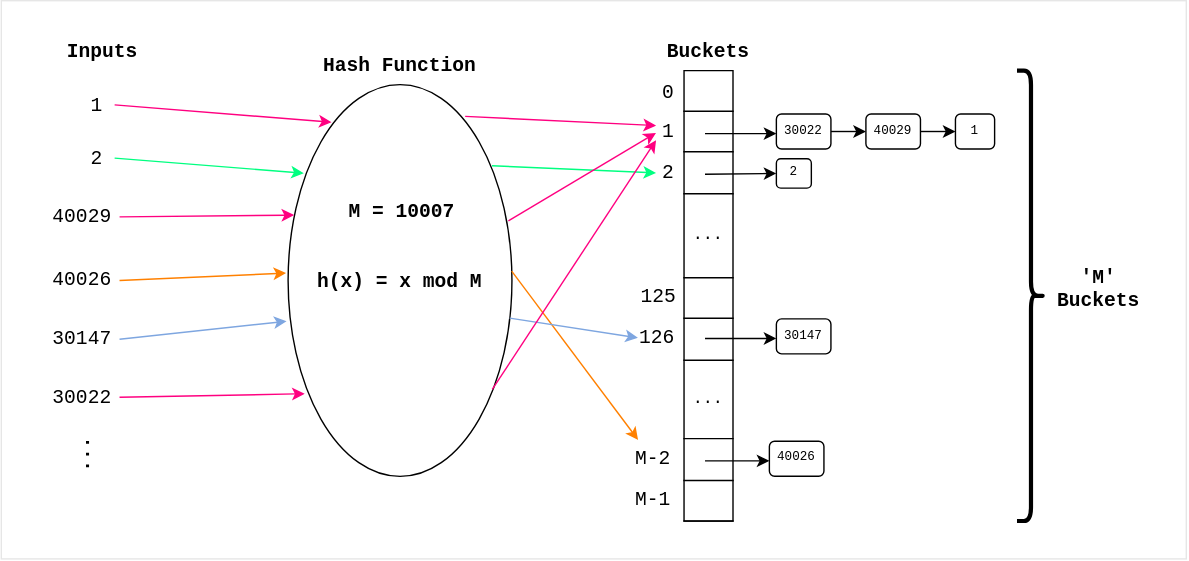
The draw.io diagram public/diagrams/hashing-buckets.svg in datkumar/code-journal, before a commit. Source tidied: cells renumbered, new cells last; positions are measured from the earlier drawing's top-left corner, leaving out a move shared by most shapes.
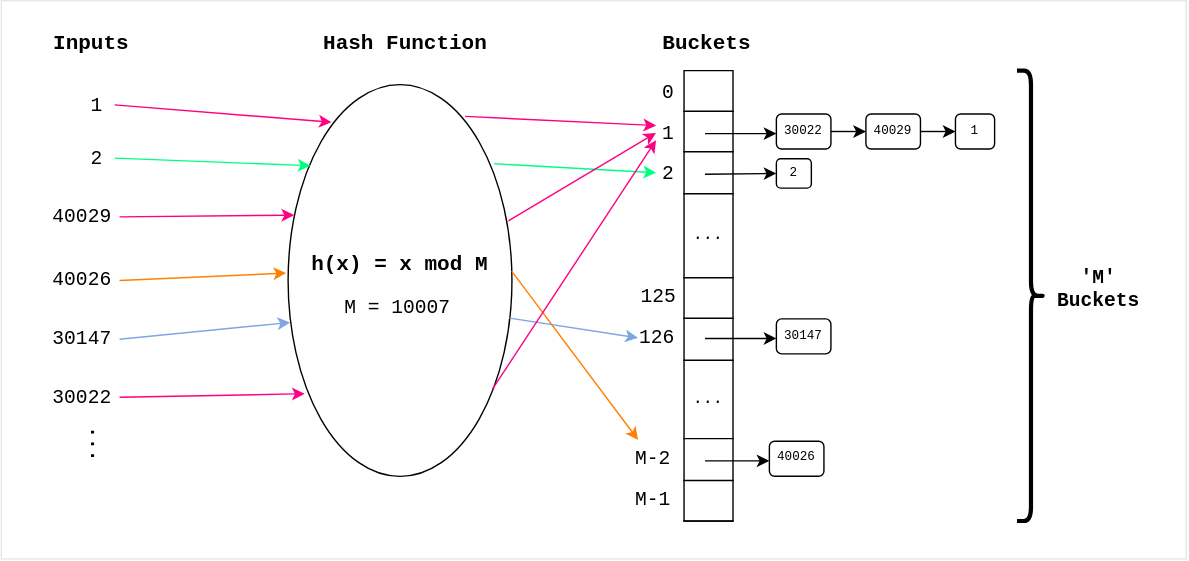
The same diagram one commit later.

What changed in the source:
```diff
@@ -5,8 +5,8 @@
     <mxCell id="2" style="rounded=0;whiteSpace=wrap;html=1;strokeColor=light-dark(#E6E6E6,#E6E6E6);fontFamily=monospace;fontColor=light-dark(#000000,#000000);" parent="1" vertex="1">
       <mxGeometry width="847" height="399" as="geometry" />
     </mxCell>
-    <mxCell id="3" value="Buckets" style="text;html=1;align=center;verticalAlign=middle;whiteSpace=wrap;rounded=0;fontFamily=monospace;fontSize=14;fontStyle=1;fontColor=light-dark(#000000,#000000);" parent="1" vertex="1">
-      <mxGeometry x="468" y="23" width="75" height="27" as="geometry" />
+    <mxCell id="3" value="Buckets" style="text;html=1;align=center;verticalAlign=middle;whiteSpace=wrap;rounded=0;fontFamily=monospace;fontSize=15;fontStyle=1;fontColor=light-dark(#000000,#000000);" parent="1" vertex="1">
+      <mxGeometry x="467" y="17" width="75" height="27" as="geometry" />
     </mxCell>
     <mxCell id="4" style="shape=table;startSize=0;fixedHeader=1;tableRender=collapsed;fontFamily=monospace;fontColor=light-dark(#000000,#000000);" parent="1" vertex="1">
       <mxGeometry x="488" y="50" width="35" height="321.9" as="geometry" />
@@ -130,82 +130,85 @@
         <mxPoint x="503" y="328.9" as="sourcePoint" />
       </mxGeometry>
     </mxCell>
-    <mxCell id="42" value="&lt;br&gt;&lt;br&gt;&lt;br&gt;&lt;span style=&quot;font-size: 14px; font-weight: 700;&quot;&gt;h(x) = x mod M&lt;/span&gt;" style="ellipse;whiteSpace=wrap;html=1;shapeInside=1;fontFamily=monospace;fontColor=light-dark(#000000,#000000);direction=south;" parent="1" vertex="1">
+    <mxCell id="42" value="&lt;br&gt;&lt;br&gt;&lt;br&gt;&lt;div&gt;&lt;br&gt;&lt;/div&gt;" style="ellipse;whiteSpace=wrap;html=1;shapeInside=1;fontFamily=monospace;fontColor=light-dark(#000000,#000000);direction=south;" parent="1" vertex="1">
       <mxGeometry x="205" y="60" width="160" height="280" as="geometry" />
     </mxCell>
-    <mxCell id="43" value="Inputs" style="text;html=1;align=center;verticalAlign=middle;whiteSpace=wrap;rounded=0;fontFamily=monospace;fontSize=14;fontStyle=1;fontColor=light-dark(#000000,#000000);" parent="1" vertex="1">
-      <mxGeometry x="35" y="23" width="75" height="27" as="geometry" />
+    <mxCell id="43" value="Inputs" style="text;html=1;align=center;verticalAlign=middle;whiteSpace=wrap;rounded=0;fontFamily=monospace;fontSize=15;fontStyle=1;fontColor=light-dark(#000000,#000000);" parent="1" vertex="1">
+      <mxGeometry x="27" y="17" width="75" height="27" as="geometry" />
     </mxCell>
     <mxCell id="44" value="1" style="text;html=1;align=center;verticalAlign=middle;whiteSpace=wrap;rounded=0;fontFamily=monospace;fontSize=14;fontColor=light-dark(#000000,#000000);" parent="1" vertex="1">
       <mxGeometry x="56" y="60" width="25" height="29" as="geometry" />
     </mxCell>
-    <mxCell id="45" value="Hash Function" style="text;html=1;align=center;verticalAlign=middle;whiteSpace=wrap;rounded=0;fontFamily=monospace;fontSize=14;fontStyle=1;fontColor=light-dark(#000000,#000000);" parent="1" vertex="1">
-      <mxGeometry x="225" y="33" width="120" height="27" as="geometry" />
+    <mxCell id="45" value="Hash Function" style="text;html=1;align=center;verticalAlign=middle;whiteSpace=wrap;rounded=0;fontFamily=monospace;fontSize=15;fontStyle=1;fontColor=light-dark(#000000,#000000);" parent="1" vertex="1">
+      <mxGeometry x="229" y="17" width="120" height="27" as="geometry" />
     </mxCell>
-    <mxCell id="46" style="endArrow=classic;html=1;rounded=0;defaultLabelBackgroundColor=page;exitX=1;exitY=0.5;exitDx=0;exitDy=0;entryX=0.096;entryY=0.806;entryDx=0;entryDy=0;entryPerimeter=0;strokeColor=light-dark(#FF0080,#FF0080);fontFamily=monospace;" parent="1" edge="1" source="44" target="42">
+    <mxCell id="46" style="endArrow=classic;html=1;rounded=0;defaultLabelBackgroundColor=page;exitX=1;exitY=0.5;exitDx=0;exitDy=0;entryX=0.096;entryY=0.806;entryDx=0;entryDy=0;entryPerimeter=0;strokeColor=light-dark(#FF0080,#FF0080);fontFamily=monospace;fontColor=light-dark(#000000,#000000);" parent="1" edge="1" source="44" target="42">
       <mxGeometry relative="1" as="geometry" />
     </mxCell>
-    <mxCell id="47" style="endArrow=classic;html=1;rounded=0;defaultLabelBackgroundColor=page;exitX=0.081;exitY=0.209;exitDx=0;exitDy=0;exitPerimeter=0;strokeColor=light-dark(#FF0080,#FF0080);entryX=0;entryY=0.25;entryDx=0;entryDy=0;fontFamily=monospace;" parent="1" edge="1" source="42" target="24">
+    <mxCell id="47" style="endArrow=classic;html=1;rounded=0;defaultLabelBackgroundColor=page;exitX=0.081;exitY=0.209;exitDx=0;exitDy=0;exitPerimeter=0;strokeColor=light-dark(#FF0080,#FF0080);entryX=0;entryY=0.25;entryDx=0;entryDy=0;fontFamily=monospace;fontColor=light-dark(#000000,#000000);" parent="1" edge="1" source="42" target="24">
       <mxGeometry relative="1" as="geometry" />
     </mxCell>
     <mxCell id="48" value="2" style="text;html=1;align=center;verticalAlign=middle;whiteSpace=wrap;rounded=0;fontFamily=monospace;fontSize=14;fontColor=light-dark(#000000,#000000);" parent="1" vertex="1">
       <mxGeometry x="56" y="98" width="25" height="29" as="geometry" />
     </mxCell>
-    <mxCell id="49" style="endArrow=classic;html=1;rounded=0;defaultLabelBackgroundColor=page;exitX=1;exitY=0.5;exitDx=0;exitDy=0;entryX=0.226;entryY=0.93;entryDx=0;entryDy=0;entryPerimeter=0;strokeColor=light-dark(#00FF80,#0000CC);fontFamily=monospace;" parent="1" edge="1" source="48" target="42">
+    <mxCell id="49" style="endArrow=classic;html=1;rounded=0;defaultLabelBackgroundColor=page;exitX=1;exitY=0.5;exitDx=0;exitDy=0;entryX=0.207;entryY=0.9;entryDx=0;entryDy=0;entryPerimeter=0;strokeColor=light-dark(#00FF80,#0000CC);fontFamily=monospace;fontColor=light-dark(#000000,#000000);" parent="1" edge="1" source="48" target="42">
       <mxGeometry relative="1" as="geometry" />
     </mxCell>
-    <mxCell id="50" style="endArrow=classic;html=1;rounded=0;defaultLabelBackgroundColor=page;exitX=0.207;exitY=0.089;exitDx=0;exitDy=0;strokeColor=light-dark(#00FF80,#0000CC);exitPerimeter=0;fontFamily=monospace;" parent="1" edge="1" source="42" target="25">
+    <mxCell id="50" style="endArrow=classic;html=1;rounded=0;defaultLabelBackgroundColor=page;exitX=0.202;exitY=0.079;exitDx=0;exitDy=0;strokeColor=light-dark(#00FF80,#0000CC);exitPerimeter=0;fontFamily=monospace;fontColor=light-dark(#000000,#000000);" parent="1" edge="1" source="42" target="25">
       <mxGeometry relative="1" as="geometry" />
     </mxCell>
     <mxCell id="51" value="40029" style="text;html=1;align=center;verticalAlign=middle;whiteSpace=wrap;rounded=0;fontFamily=monospace;fontSize=14;fontColor=light-dark(#000000,#000000);" parent="1" vertex="1">
       <mxGeometry x="30.5" y="140" width="54" height="29" as="geometry" />
     </mxCell>
-    <mxCell id="52" style="endArrow=classic;html=1;rounded=0;defaultLabelBackgroundColor=page;exitX=1;exitY=0.5;exitDx=0;exitDy=0;entryX=0.333;entryY=0.973;entryDx=0;entryDy=0;entryPerimeter=0;strokeColor=light-dark(#FF0080,#FF0080);fontFamily=monospace;" parent="1" edge="1" source="51" target="42">
+    <mxCell id="52" style="endArrow=classic;html=1;rounded=0;defaultLabelBackgroundColor=page;exitX=1;exitY=0.5;exitDx=0;exitDy=0;entryX=0.333;entryY=0.973;entryDx=0;entryDy=0;entryPerimeter=0;strokeColor=light-dark(#FF0080,#FF0080);fontFamily=monospace;fontColor=light-dark(#000000,#000000);" parent="1" edge="1" source="51" target="42">
       <mxGeometry relative="1" as="geometry" />
     </mxCell>
     <mxCell id="53" value="40026" style="text;html=1;align=center;verticalAlign=middle;whiteSpace=wrap;rounded=0;fontFamily=monospace;fontSize=14;fontColor=light-dark(#000000,#000000);" parent="1" vertex="1">
       <mxGeometry x="30.5" y="185.5" width="54" height="29" as="geometry" />
     </mxCell>
-    <mxCell id="54" style="endArrow=classic;html=1;rounded=0;defaultLabelBackgroundColor=page;exitX=1;exitY=0.5;exitDx=0;exitDy=0;strokeColor=light-dark(#FF8000,#FFFF33);fontFamily=monospace;" parent="1" edge="1" source="53">
+    <mxCell id="54" style="endArrow=classic;html=1;rounded=0;defaultLabelBackgroundColor=page;exitX=1;exitY=0.5;exitDx=0;exitDy=0;strokeColor=light-dark(#FF8000,#FFFF33);fontFamily=monospace;fontColor=light-dark(#000000,#000000);" parent="1" edge="1" source="53">
       <mxGeometry relative="1" as="geometry">
         <mxPoint x="203.6" y="194.7" as="targetPoint" />
       </mxGeometry>
     </mxCell>
-    <mxCell id="55" style="endArrow=classic;html=1;rounded=0;defaultLabelBackgroundColor=page;exitX=0.348;exitY=0.016;exitDx=0;exitDy=0;strokeColor=light-dark(#FF0080,#FF0080);exitPerimeter=0;entryX=0;entryY=0.5;entryDx=0;entryDy=0;fontFamily=monospace;" parent="1" edge="1" source="42" target="24">
+    <mxCell id="55" style="endArrow=classic;html=1;rounded=0;defaultLabelBackgroundColor=page;exitX=0.348;exitY=0.016;exitDx=0;exitDy=0;strokeColor=light-dark(#FF0080,#FF0080);exitPerimeter=0;entryX=0;entryY=0.5;entryDx=0;entryDy=0;fontFamily=monospace;fontColor=light-dark(#000000,#000000);" parent="1" edge="1" source="42" target="24">
       <mxGeometry relative="1" as="geometry" />
     </mxCell>
-    <mxCell id="56" style="endArrow=classic;html=1;rounded=0;defaultLabelBackgroundColor=page;exitX=0.476;exitY=0.001;exitDx=0;exitDy=0;strokeColor=light-dark(#FF8000,#FFFF33);exitPerimeter=0;fontFamily=monospace;" parent="1" edge="1" source="42" target="27">
+    <mxCell id="56" style="endArrow=classic;html=1;rounded=0;defaultLabelBackgroundColor=page;exitX=0.476;exitY=0.001;exitDx=0;exitDy=0;strokeColor=light-dark(#FF8000,#FFFF33);exitPerimeter=0;fontFamily=monospace;fontColor=light-dark(#000000,#000000);" parent="1" edge="1" source="42" target="27">
       <mxGeometry relative="1" as="geometry" />
     </mxCell>
     <mxCell id="57" value="30147" style="text;html=1;align=center;verticalAlign=middle;whiteSpace=wrap;rounded=0;fontFamily=monospace;fontSize=14;fontColor=light-dark(#000000,#000000);" parent="1" vertex="1">
       <mxGeometry x="30.5" y="227.5" width="54" height="29" as="geometry" />
     </mxCell>
-    <mxCell id="58" style="endArrow=classic;html=1;rounded=0;defaultLabelBackgroundColor=page;exitX=1;exitY=0.5;exitDx=0;exitDy=0;strokeColor=light-dark(#7EA6E0,#33FF33);entryX=0.604;entryY=1.007;entryDx=0;entryDy=0;entryPerimeter=0;fontFamily=monospace;" parent="1" edge="1" source="57" target="42">
+    <mxCell id="58" style="endArrow=classic;html=1;rounded=0;defaultLabelBackgroundColor=page;exitX=1;exitY=0.5;exitDx=0;exitDy=0;strokeColor=light-dark(#7EA6E0,#33FF33);entryX=0.607;entryY=0.991;entryDx=0;entryDy=0;entryPerimeter=0;fontFamily=monospace;fontColor=light-dark(#000000,#000000);" parent="1" edge="1" source="57" target="42">
       <mxGeometry relative="1" as="geometry" />
     </mxCell>
-    <mxCell id="59" style="endArrow=classic;html=1;rounded=0;defaultLabelBackgroundColor=page;exitX=0.596;exitY=0.01;exitDx=0;exitDy=0;strokeColor=light-dark(#7EA6E0,#33FF33);entryX=0;entryY=0.5;entryDx=0;entryDy=0;exitPerimeter=0;fontFamily=monospace;" parent="1" edge="1" source="42" target="33">
+    <mxCell id="59" style="endArrow=classic;html=1;rounded=0;defaultLabelBackgroundColor=page;exitX=0.596;exitY=0.01;exitDx=0;exitDy=0;strokeColor=light-dark(#7EA6E0,#33FF33);entryX=0;entryY=0.5;entryDx=0;entryDy=0;exitPerimeter=0;fontFamily=monospace;fontColor=light-dark(#000000,#000000);" parent="1" edge="1" source="42" target="33">
       <mxGeometry relative="1" as="geometry" />
     </mxCell>
     <mxCell id="60" value="30022" style="text;html=1;align=center;verticalAlign=middle;whiteSpace=wrap;rounded=0;fontFamily=monospace;fontSize=14;fontColor=light-dark(#000000,#000000);" parent="1" vertex="1">
       <mxGeometry x="30.5" y="269" width="54" height="29" as="geometry" />
     </mxCell>
-    <mxCell id="61" style="endArrow=classic;html=1;rounded=0;defaultLabelBackgroundColor=page;exitX=1;exitY=0.5;exitDx=0;exitDy=0;strokeColor=light-dark(#FF0080,#FF0080);entryX=0.789;entryY=0.926;entryDx=0;entryDy=0;entryPerimeter=0;fontFamily=monospace;" parent="1" edge="1" source="60" target="42">
+    <mxCell id="61" style="endArrow=classic;html=1;rounded=0;defaultLabelBackgroundColor=page;exitX=1;exitY=0.5;exitDx=0;exitDy=0;strokeColor=light-dark(#FF0080,#FF0080);entryX=0.789;entryY=0.926;entryDx=0;entryDy=0;entryPerimeter=0;fontFamily=monospace;fontColor=light-dark(#000000,#000000);" parent="1" edge="1" source="60" target="42">
       <mxGeometry relative="1" as="geometry" />
     </mxCell>
-    <mxCell id="62" style="endArrow=classic;html=1;rounded=0;defaultLabelBackgroundColor=page;exitX=0.778;exitY=0.088;exitDx=0;exitDy=0;strokeColor=light-dark(#FF0080,#FF0080);entryX=0;entryY=0.75;entryDx=0;entryDy=0;exitPerimeter=0;fontFamily=monospace;" parent="1" edge="1" source="42" target="24">
+    <mxCell id="62" style="endArrow=classic;html=1;rounded=0;defaultLabelBackgroundColor=page;exitX=0.778;exitY=0.088;exitDx=0;exitDy=0;strokeColor=light-dark(#FF0080,#FF0080);entryX=0;entryY=0.75;entryDx=0;entryDy=0;exitPerimeter=0;fontFamily=monospace;fontColor=light-dark(#000000,#000000);" parent="1" edge="1" source="42" target="24">
       <mxGeometry relative="1" as="geometry" />
     </mxCell>
     <mxCell id="63" value="..." style="text;html=1;align=center;verticalAlign=middle;whiteSpace=wrap;rounded=0;fontFamily=monospace;fontSize=14;fontColor=light-dark(#000000,#000000);rotation=90;fontStyle=1;" parent="1" vertex="1">
-      <mxGeometry x="45.8" y="309.7" width="37.5" height="29" as="geometry" />
+      <mxGeometry x="49.8" y="302.2" width="37.5" height="29" as="geometry" />
     </mxCell>
-    <mxCell id="64" value="M = 10007" style="text;html=1;align=center;verticalAlign=middle;whiteSpace=wrap;rounded=0;fontFamily=monospace;fontSize=14;fontStyle=1;fontColor=light-dark(#000000,#000000);" parent="1" vertex="1">
-      <mxGeometry x="244" y="137" width="84.5" height="27" as="geometry" />
+    <mxCell id="64" value="M = 10007" style="text;html=1;align=center;verticalAlign=middle;whiteSpace=wrap;rounded=0;fontFamily=monospace;fontSize=14;fontStyle=0;fontColor=light-dark(#000000,#000000);" parent="1" vertex="1">
+      <mxGeometry x="241" y="206" width="84.5" height="27" as="geometry" />
     </mxCell>
-    <mxCell id="65" style="shape=curlyBracket;whiteSpace=wrap;html=1;rounded=1;flipH=1;labelPosition=right;verticalLabelPosition=middle;align=left;verticalAlign=middle;labelPerimeter=1;legacyAnchorPoints=0;fontStyle=1;strokeColor=default;strokeWidth=3;fontFamily=monospace;" parent="1" vertex="1">
+    <mxCell id="65" style="shape=curlyBracket;whiteSpace=wrap;html=1;rounded=1;flipH=1;labelPosition=right;verticalLabelPosition=middle;align=left;verticalAlign=middle;labelPerimeter=1;legacyAnchorPoints=0;fontStyle=1;strokeColor=default;strokeWidth=3;fontFamily=monospace;fontColor=light-dark(#000000,#000000);" parent="1" vertex="1">
       <mxGeometry x="726" y="50" width="20" height="321.9" as="geometry" />
     </mxCell>
     <mxCell id="66" value="'M'&lt;div&gt;Buckets&lt;/div&gt;" style="text;html=1;align=center;verticalAlign=middle;whiteSpace=wrap;rounded=0;fontFamily=monospace;fontSize=14;fontStyle=1;fontColor=light-dark(#000000,#000000);" parent="1" vertex="1">
       <mxGeometry x="747" y="179" width="75" height="54" as="geometry" />
     </mxCell>
+    <mxCell id="67" value="h(x) = x mod M" style="text;html=1;align=center;verticalAlign=middle;whiteSpace=wrap;rounded=0;fontFamily=monospace;fontSize=15;fontStyle=1;fontColor=light-dark(#000000,#000000);" parent="1" vertex="1">
+      <mxGeometry x="215" y="175" width="140" height="27" as="geometry" />
+    </mxCell>
   </root>
 </mxGraphModel>
```
